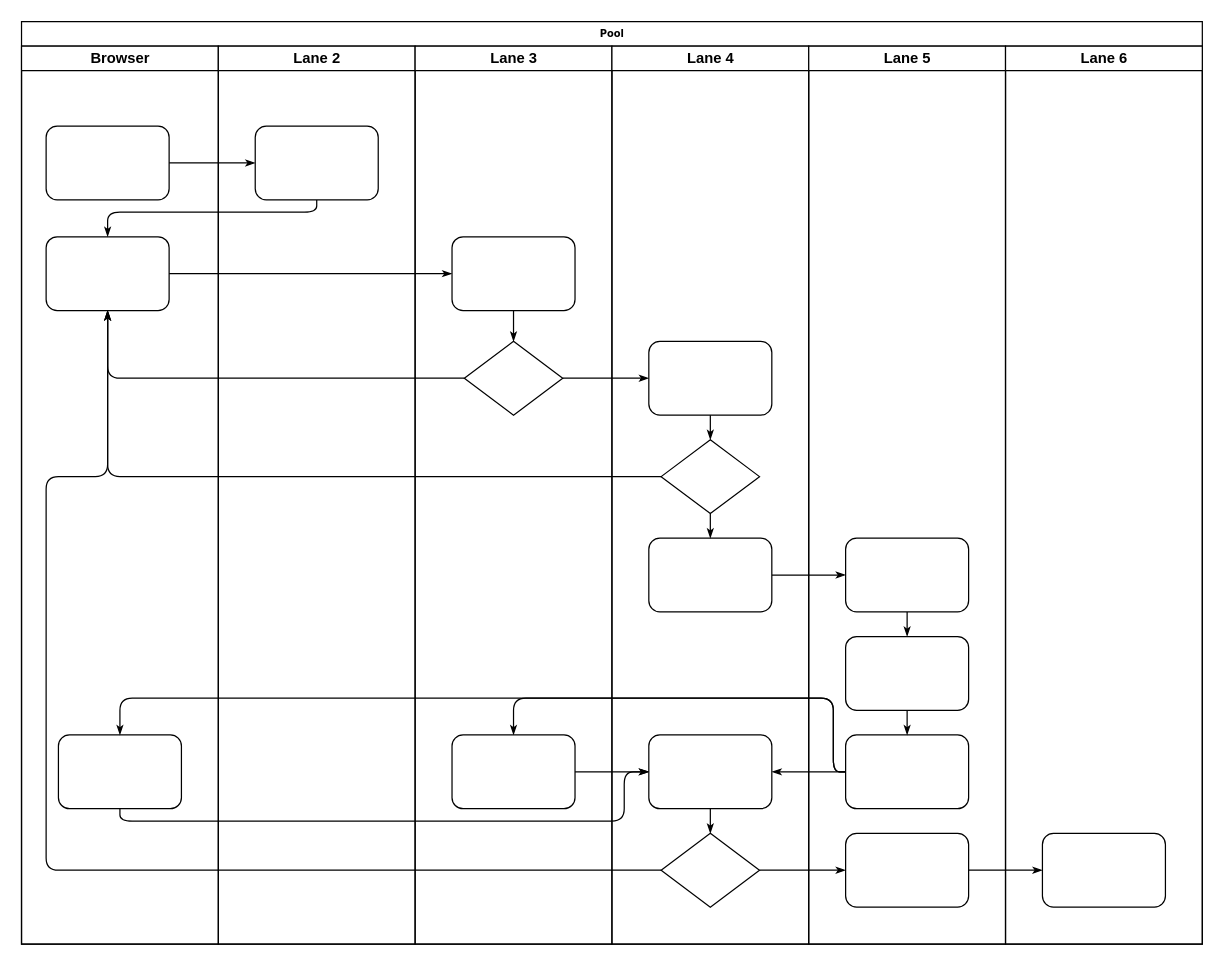
This is src/Untitled Diagram.drawio from gerardnico/viz, a draw.io file, before an edit. Source tidied: cells renumbered, new cells numbered last; positions are measured from the earlier drawing's top-left corner, leaving out a move shared by most shapes. Both pictures are drawn from the tidied source at 123%, with x=0, y=0 at pixel (21, 21).
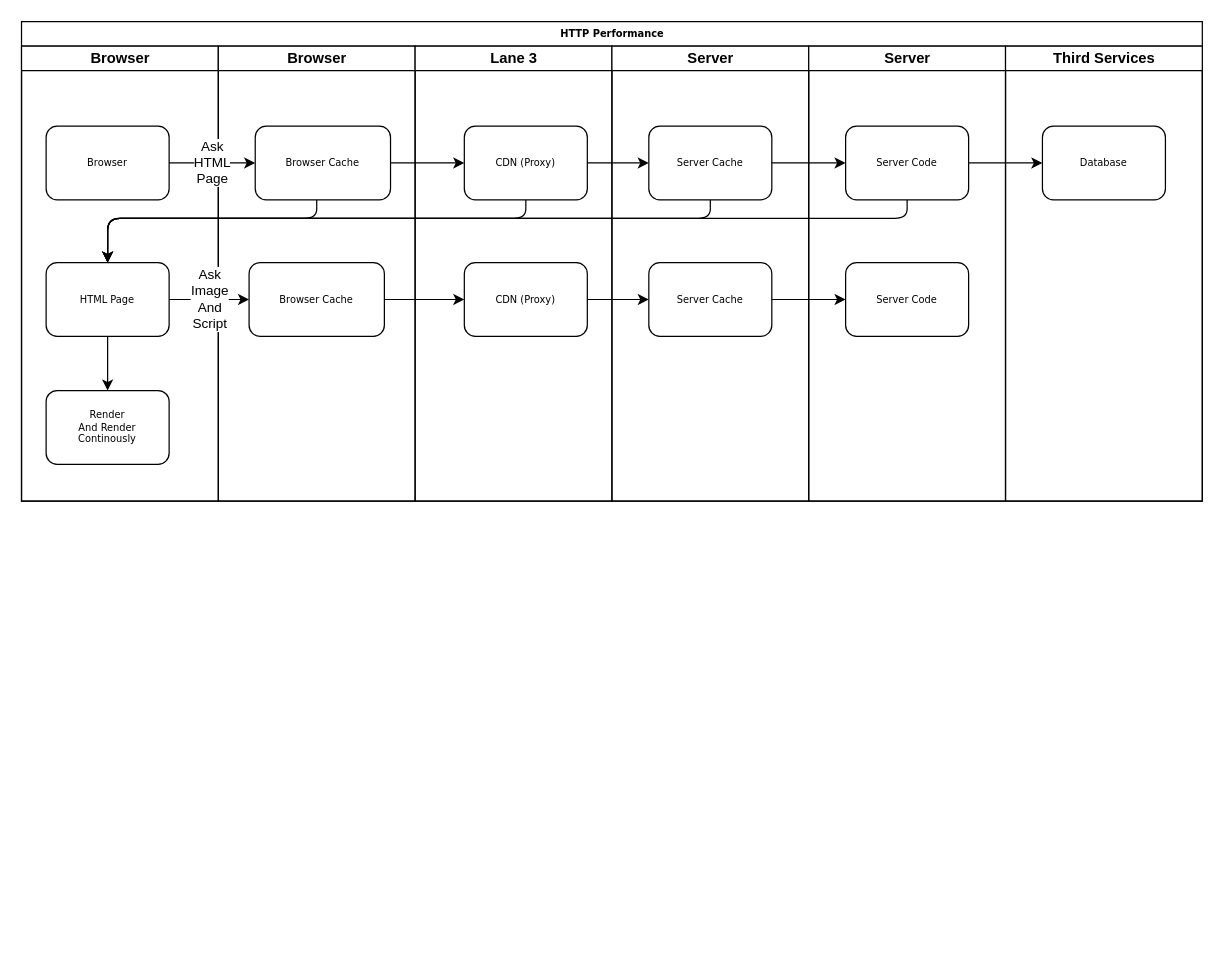
The same diagram, later.

Change to the diagram source:
```diff
@@
-    <mxCell id="2" value="Pool" style="swimlane;html=1;startSize=20;rounded=0;shadow=0;labelBackgroundColor=none;strokeWidth=1;fontFamily=Verdana;fontSize=8;align=center;" parent="1" vertex="1">
-      <mxGeometry width="960" height="750" as="geometry" />
+    <mxCell id="2" value="HTTP Performance" style="swimlane;html=1;startSize=20;rounded=0;shadow=0;labelBackgroundColor=none;strokeWidth=1;fontFamily=Verdana;fontSize=8;align=center;" parent="1" vertex="1">
+      <mxGeometry width="960" height="390" as="geometry" />
     </mxCell>
     <mxCell id="3" value="Browser" style="swimlane;html=1;startSize=20;" parent="2" vertex="1">
-      <mxGeometry y="20" width="160" height="730" as="geometry" />
+      <mxGeometry y="20" width="160" height="370" as="geometry" />
     </mxCell>
-    <mxCell id="4" style="rounded=1;whiteSpace=wrap;html=1;shadow=0;labelBackgroundColor=none;strokeWidth=1;fontFamily=Verdana;fontSize=8;align=center;" parent="3" vertex="1">
+    <mxCell id="4" value="Browser" style="rounded=1;whiteSpace=wrap;html=1;shadow=0;labelBackgroundColor=none;strokeWidth=1;fontFamily=Verdana;fontSize=8;align=center;" parent="3" vertex="1">
       <mxGeometry x="20" y="65" width="100" height="60" as="geometry" />
     </mxCell>
+    <mxCell id="47" style="edgeStyle=orthogonalEdgeStyle;rounded=0;jettySize=auto;html=1;exitX=0.5;exitY=1;exitDx=0;exitDy=0;entryX=0.5;entryY=0;entryDx=0;entryDy=0;" parent="3" edge="1" source="5" target="48">
+      <mxGeometry relative="1" as="geometry" />
+    </mxCell>
-    <mxCell id="5" style="rounded=1;whiteSpace=wrap;html=1;shadow=0;labelBackgroundColor=none;strokeWidth=1;fontFamily=Verdana;fontSize=8;align=center;" parent="3" vertex="1">
-      <mxGeometry x="20" y="155" width="100" height="60" as="geometry" />
+    <mxCell id="5" value="HTML Page" style="rounded=1;whiteSpace=wrap;html=1;shadow=0;labelBackgroundColor=none;strokeWidth=1;fontFamily=Verdana;fontSize=8;align=center;" parent="3" vertex="1">
+      <mxGeometry x="20" y="176" width="100" height="60" as="geometry" />
     </mxCell>
-    <mxCell id="6" style="rounded=1;whiteSpace=wrap;html=1;shadow=0;labelBackgroundColor=none;strokeWidth=1;fontFamily=Verdana;fontSize=8;align=center;" parent="3" vertex="1">
-      <mxGeometry x="30" y="560" width="100" height="60" as="geometry" />
-    </mxCell>
-    <mxCell id="7" style="edgeStyle=orthogonalEdgeStyle;rounded=1;html=1;labelBackgroundColor=none;startArrow=none;startFill=0;startSize=5;endArrow=classicThin;endFill=1;endSize=5;jettySize=auto;strokeWidth=1;fontFamily=Verdana;fontSize=8;" parent="2" edge="1" source="4" target="23">
-      <mxGeometry relative="1" as="geometry" />
-    </mxCell>
+    <mxCell id="48" value="Render&lt;br&gt;And Render&lt;br&gt;Continously" style="rounded=1;whiteSpace=wrap;html=1;shadow=0;labelBackgroundColor=none;strokeWidth=1;fontFamily=Verdana;fontSize=8;align=center;" parent="3" vertex="1">
+      <mxGeometry x="20" y="280" width="100" height="60" as="geometry" />
+    </mxCell>
     <mxCell id="8" style="edgeStyle=orthogonalEdgeStyle;rounded=1;html=1;labelBackgroundColor=none;startArrow=none;startFill=0;startSize=5;endArrow=classicThin;endFill=1;endSize=5;jettySize=auto;strokeWidth=1;fontFamily=Verdana;fontSize=8;" parent="2" edge="1" source="23" target="5">
       <mxGeometry relative="1" as="geometry">
         <Array as="points">
-          <mxPoint x="240" y="155" />
-          <mxPoint x="70" y="155" />
+          <mxPoint x="240" y="160" />
+          <mxPoint x="70" y="160" />
         </Array>
       </mxGeometry>
     </mxCell>
-    <mxCell id="9" style="edgeStyle=orthogonalEdgeStyle;rounded=1;html=1;labelBackgroundColor=none;startArrow=none;startFill=0;startSize=5;endArrow=classicThin;endFill=1;endSize=5;jettySize=auto;strokeWidth=1;fontFamily=Verdana;fontSize=8;" parent="2" edge="1" source="5" target="25">
-      <mxGeometry relative="1" as="geometry" />
-    </mxCell>
-    <mxCell id="10" style="edgeStyle=orthogonalEdgeStyle;rounded=1;html=1;labelBackgroundColor=none;startArrow=none;startFill=0;startSize=5;endArrow=classicThin;endFill=1;endSize=5;jettySize=auto;strokeWidth=1;fontFamily=Verdana;fontSize=8;" parent="2" edge="1" source="26" target="5">
-      <mxGeometry relative="1" as="geometry" />
-    </mxCell>
-    <mxCell id="11" style="edgeStyle=orthogonalEdgeStyle;rounded=1;html=1;labelBackgroundColor=none;startArrow=none;startFill=0;startSize=5;endArrow=classicThin;endFill=1;endSize=5;jettySize=auto;strokeWidth=1;fontFamily=Verdana;fontSize=8;" parent="2" edge="1" source="31" target="5">
-      <mxGeometry relative="1" as="geometry" />
-    </mxCell>
-    <mxCell id="12" style="edgeStyle=orthogonalEdgeStyle;rounded=1;html=1;labelBackgroundColor=none;startArrow=none;startFill=0;startSize=5;endArrow=classicThin;endFill=1;endSize=5;jettySize=auto;strokeWidth=1;fontFamily=Verdana;fontSize=8;" parent="2" edge="1" source="34" target="5">
-      <mxGeometry relative="1" as="geometry">
-        <Array as="points">
-          <mxPoint x="20" y="690" />
-          <mxPoint x="20" y="370" />
-          <mxPoint x="70" y="370" />
-        </Array>
-      </mxGeometry>
-    </mxCell>
-    <mxCell id="13" style="edgeStyle=orthogonalEdgeStyle;rounded=1;html=1;labelBackgroundColor=none;startArrow=none;startFill=0;startSize=5;endArrow=classicThin;endFill=1;endSize=5;jettySize=auto;strokeWidth=1;fontFamily=Verdana;fontSize=8;" parent="2" edge="1" source="26" target="30">
-      <mxGeometry relative="1" as="geometry" />
-    </mxCell>
-    <mxCell id="14" style="edgeStyle=orthogonalEdgeStyle;rounded=1;html=1;labelBackgroundColor=none;startArrow=none;startFill=0;startSize=5;endArrow=classicThin;endFill=1;endSize=5;jettySize=auto;strokeWidth=1;fontFamily=Verdana;fontSize=8;" parent="2" edge="1" source="34" target="42">
-      <mxGeometry relative="1" as="geometry" />
-    </mxCell>
-    <mxCell id="15" style="edgeStyle=orthogonalEdgeStyle;rounded=1;html=1;labelBackgroundColor=none;startArrow=none;startFill=0;startSize=5;endArrow=classicThin;endFill=1;endSize=5;jettySize=auto;strokeWidth=1;fontFamily=Verdana;fontSize=8;" parent="2" edge="1" source="42" target="46">
-      <mxGeometry relative="1" as="geometry" />
-    </mxCell>
-    <mxCell id="16" style="edgeStyle=orthogonalEdgeStyle;rounded=1;html=1;labelBackgroundColor=none;startArrow=none;startFill=0;startSize=5;endArrow=classicThin;endFill=1;endSize=5;jettySize=auto;strokeWidth=1;fontFamily=Verdana;fontSize=8;" parent="2" edge="1" source="32" target="39">
-      <mxGeometry relative="1" as="geometry" />
-    </mxCell>
-    <mxCell id="17" style="edgeStyle=orthogonalEdgeStyle;rounded=1;html=1;labelBackgroundColor=none;startArrow=none;startFill=0;startSize=5;endArrow=classicThin;endFill=1;endSize=5;jettySize=auto;strokeWidth=1;fontFamily=Verdana;fontSize=8;" parent="2" edge="1" source="41" target="27">
-      <mxGeometry relative="1" as="geometry">
-        <Array as="points">
-          <mxPoint x="660" y="610" />
-          <mxPoint x="660" y="550" />
-          <mxPoint x="400" y="550" />
-        </Array>
-      </mxGeometry>
-    </mxCell>
-    <mxCell id="18" style="edgeStyle=orthogonalEdgeStyle;rounded=1;html=1;labelBackgroundColor=none;startArrow=none;startFill=0;startSize=5;endArrow=classicThin;endFill=1;endSize=5;jettySize=auto;strokeColor=#000000;strokeWidth=1;fontFamily=Verdana;fontSize=8;fontColor=#000000;" parent="2" edge="1" source="41" target="33">
-      <mxGeometry relative="1" as="geometry" />
-    </mxCell>
-    <mxCell id="19" style="edgeStyle=orthogonalEdgeStyle;rounded=1;html=1;labelBackgroundColor=none;startArrow=none;startFill=0;startSize=5;endArrow=classicThin;endFill=1;endSize=5;jettySize=auto;strokeWidth=1;fontFamily=Verdana;fontSize=8;" parent="2" edge="1" source="41" target="6">
-      <mxGeometry relative="1" as="geometry">
-        <Array as="points">
-          <mxPoint x="660" y="610" />
-          <mxPoint x="660" y="550" />
-          <mxPoint x="80" y="550" />
-        </Array>
-      </mxGeometry>
-    </mxCell>
-    <mxCell id="20" style="edgeStyle=orthogonalEdgeStyle;rounded=1;html=1;labelBackgroundColor=none;startArrow=none;startFill=0;startSize=5;endArrow=classicThin;endFill=1;endSize=5;jettySize=auto;strokeWidth=1;fontFamily=Verdana;fontSize=8;" parent="2" edge="1" source="6" target="33">
-      <mxGeometry relative="1" as="geometry">
-        <Array as="points">
-          <mxPoint x="80" y="650" />
-          <mxPoint x="490" y="650" />
-          <mxPoint x="490" y="610" />
-        </Array>
-      </mxGeometry>
-    </mxCell>
-    <mxCell id="21" style="edgeStyle=orthogonalEdgeStyle;rounded=1;html=1;labelBackgroundColor=none;startArrow=none;startFill=0;startSize=5;endArrow=classicThin;endFill=1;endSize=5;jettySize=auto;strokeWidth=1;fontFamily=Verdana;fontSize=8;" parent="2" edge="1" source="27" target="33">
-      <mxGeometry relative="1" as="geometry" />
-    </mxCell>
-    <mxCell id="22" value="Lane 2" style="swimlane;html=1;startSize=20;" parent="2" vertex="1">
-      <mxGeometry x="160" y="20" width="160" height="730" as="geometry" />
+    <mxCell id="22" value="Browser" style="swimlane;html=1;startSize=20;" parent="2" vertex="1">
+      <mxGeometry x="160" y="20" width="160" height="370" as="geometry" />
     </mxCell>
-    <mxCell id="23" style="rounded=1;whiteSpace=wrap;html=1;shadow=0;labelBackgroundColor=none;strokeWidth=1;fontFamily=Verdana;fontSize=8;align=center;" parent="22" vertex="1">
-      <mxGeometry x="30" y="65" width="100" height="60" as="geometry" />
+    <mxCell id="23" value="Browser Cache" style="rounded=1;whiteSpace=wrap;html=1;shadow=0;labelBackgroundColor=none;strokeWidth=1;fontFamily=Verdana;fontSize=8;align=center;" parent="22" vertex="1">
+      <mxGeometry x="30" y="65" width="110" height="60" as="geometry" />
     </mxCell>
+    <mxCell id="49" value="Browser Cache" style="rounded=1;whiteSpace=wrap;html=1;shadow=0;labelBackgroundColor=none;strokeWidth=1;fontFamily=Verdana;fontSize=8;align=center;" parent="22" vertex="1">
+      <mxGeometry x="25" y="176" width="110" height="60" as="geometry" />
+    </mxCell>
     <mxCell id="24" value="Lane 3" style="swimlane;html=1;startSize=20;" parent="2" vertex="1">
-      <mxGeometry x="320" y="20" width="160" height="730" as="geometry" />
+      <mxGeometry x="320" y="20" width="160" height="370" as="geometry" />
     </mxCell>
-    <mxCell id="25" style="rounded=1;whiteSpace=wrap;html=1;shadow=0;labelBackgroundColor=none;strokeWidth=1;fontFamily=Verdana;fontSize=8;align=center;" parent="24" vertex="1">
-      <mxGeometry x="30" y="155" width="100" height="60" as="geometry" />
-    </mxCell>
-    <mxCell id="26" style="rhombus;whiteSpace=wrap;html=1;rounded=0;shadow=0;labelBackgroundColor=none;strokeWidth=1;fontFamily=Verdana;fontSize=8;align=center;" parent="24" vertex="1">
-      <mxGeometry x="40" y="240" width="80" height="60" as="geometry" />
-    </mxCell>
-    <mxCell id="27" style="rounded=1;whiteSpace=wrap;html=1;shadow=0;labelBackgroundColor=none;strokeWidth=1;fontFamily=Verdana;fontSize=8;align=center;" parent="24" vertex="1">
-      <mxGeometry x="30" y="560" width="100" height="60" as="geometry" />
-    </mxCell>
-    <mxCell id="28" style="edgeStyle=orthogonalEdgeStyle;rounded=1;html=1;labelBackgroundColor=none;startArrow=none;startFill=0;startSize=5;endArrow=classicThin;endFill=1;endSize=5;jettySize=auto;strokeWidth=1;fontFamily=Verdana;fontSize=8;" parent="24" edge="1" source="25" target="26">
-      <mxGeometry relative="1" as="geometry" />
-    </mxCell>
+    <mxCell id="50" value="CDN (Proxy)" style="rounded=1;whiteSpace=wrap;html=1;shadow=0;labelBackgroundColor=none;strokeWidth=1;fontFamily=Verdana;fontSize=8;align=center;" parent="24" vertex="1">
+      <mxGeometry x="40" y="65" width="100" height="60" as="geometry" />
+    </mxCell>
+    <mxCell id="51" value="CDN (Proxy)" style="rounded=1;whiteSpace=wrap;html=1;shadow=0;labelBackgroundColor=none;strokeWidth=1;fontFamily=Verdana;fontSize=8;align=center;" parent="24" vertex="1">
+      <mxGeometry x="40" y="176" width="100" height="60" as="geometry" />
+    </mxCell>
-    <mxCell id="29" value="Lane 4" style="swimlane;html=1;startSize=20;" parent="2" vertex="1">
-      <mxGeometry x="480" y="20" width="160" height="730" as="geometry" />
+    <mxCell id="29" value="Server" style="swimlane;html=1;startSize=20;" parent="2" vertex="1">
+      <mxGeometry x="480" y="20" width="160" height="370" as="geometry" />
     </mxCell>
-    <mxCell id="30" style="rounded=1;whiteSpace=wrap;html=1;shadow=0;labelBackgroundColor=none;strokeWidth=1;fontFamily=Verdana;fontSize=8;align=center;" parent="29" vertex="1">
-      <mxGeometry x="30" y="240" width="100" height="60" as="geometry" />
-    </mxCell>
-    <mxCell id="31" style="rhombus;whiteSpace=wrap;html=1;rounded=0;shadow=0;labelBackgroundColor=none;strokeWidth=1;fontFamily=Verdana;fontSize=8;align=center;" parent="29" vertex="1">
-      <mxGeometry x="40" y="320" width="80" height="60" as="geometry" />
-    </mxCell>
-    <mxCell id="32" style="rounded=1;whiteSpace=wrap;html=1;shadow=0;labelBackgroundColor=none;strokeWidth=1;fontFamily=Verdana;fontSize=8;align=center;" parent="29" vertex="1">
-      <mxGeometry x="30" y="400" width="100" height="60" as="geometry" />
-    </mxCell>
-    <mxCell id="33" style="rounded=1;whiteSpace=wrap;html=1;shadow=0;labelBackgroundColor=none;strokeWidth=1;fontFamily=Verdana;fontSize=8;align=center;" parent="29" vertex="1">
-      <mxGeometry x="30" y="560" width="100" height="60" as="geometry" />
-    </mxCell>
-    <mxCell id="34" style="rhombus;whiteSpace=wrap;html=1;rounded=0;shadow=0;labelBackgroundColor=none;strokeWidth=1;fontFamily=Verdana;fontSize=8;align=center;" parent="29" vertex="1">
-      <mxGeometry x="40" y="640" width="80" height="60" as="geometry" />
-    </mxCell>
-    <mxCell id="35" style="edgeStyle=orthogonalEdgeStyle;rounded=1;html=1;labelBackgroundColor=none;startArrow=none;startFill=0;startSize=5;endArrow=classicThin;endFill=1;endSize=5;jettySize=auto;strokeColor=#000000;strokeWidth=1;fontFamily=Verdana;fontSize=8;fontColor=#000000;" parent="29" edge="1" source="30" target="31">
-      <mxGeometry relative="1" as="geometry" />
-    </mxCell>
-    <mxCell id="36" style="edgeStyle=orthogonalEdgeStyle;rounded=1;html=1;labelBackgroundColor=none;startArrow=none;startFill=0;startSize=5;endArrow=classicThin;endFill=1;endSize=5;jettySize=auto;strokeWidth=1;fontFamily=Verdana;fontSize=8;" parent="29" edge="1" source="31" target="32">
-      <mxGeometry relative="1" as="geometry" />
-    </mxCell>
-    <mxCell id="37" style="edgeStyle=orthogonalEdgeStyle;rounded=1;html=1;labelBackgroundColor=none;startArrow=none;startFill=0;startSize=5;endArrow=classicThin;endFill=1;endSize=5;jettySize=auto;strokeWidth=1;fontFamily=Verdana;fontSize=8;" parent="29" edge="1" source="33" target="34">
-      <mxGeometry relative="1" as="geometry" />
-    </mxCell>
+    <mxCell id="52" value="Server Cache" style="rounded=1;whiteSpace=wrap;html=1;shadow=0;labelBackgroundColor=none;strokeWidth=1;fontFamily=Verdana;fontSize=8;align=center;" parent="29" vertex="1">
+      <mxGeometry x="30" y="65" width="100" height="60" as="geometry" />
+    </mxCell>
+    <mxCell id="53" value="Server Cache" style="rounded=1;whiteSpace=wrap;html=1;shadow=0;labelBackgroundColor=none;strokeWidth=1;fontFamily=Verdana;fontSize=8;align=center;" parent="29" vertex="1">
+      <mxGeometry x="30" y="176" width="100" height="60" as="geometry" />
+    </mxCell>
-    <mxCell id="38" value="Lane 5" style="swimlane;html=1;startSize=20;" parent="2" vertex="1">
-      <mxGeometry x="640" y="20" width="160" height="730" as="geometry" />
+    <mxCell id="38" value="Server" style="swimlane;html=1;startSize=20;" parent="2" vertex="1">
+      <mxGeometry x="640" y="20" width="160" height="370" as="geometry" />
     </mxCell>
-    <mxCell id="39" style="rounded=1;whiteSpace=wrap;html=1;shadow=0;labelBackgroundColor=none;strokeWidth=1;fontFamily=Verdana;fontSize=8;align=center;" parent="38" vertex="1">
-      <mxGeometry x="30" y="400" width="100" height="60" as="geometry" />
-    </mxCell>
-    <mxCell id="40" style="rounded=1;whiteSpace=wrap;html=1;shadow=0;labelBackgroundColor=none;strokeWidth=1;fontFamily=Verdana;fontSize=8;align=center;" parent="38" vertex="1">
-      <mxGeometry x="30" y="480" width="100" height="60" as="geometry" />
-    </mxCell>
-    <mxCell id="41" style="rounded=1;whiteSpace=wrap;html=1;shadow=0;labelBackgroundColor=none;strokeWidth=1;fontFamily=Verdana;fontSize=8;align=center;" parent="38" vertex="1">
-      <mxGeometry x="30" y="560" width="100" height="60" as="geometry" />
-    </mxCell>
-    <mxCell id="42" style="rounded=1;whiteSpace=wrap;html=1;shadow=0;labelBackgroundColor=none;strokeWidth=1;fontFamily=Verdana;fontSize=8;align=center;" parent="38" vertex="1">
-      <mxGeometry x="30" y="640" width="100" height="60" as="geometry" />
-    </mxCell>
-    <mxCell id="43" style="edgeStyle=orthogonalEdgeStyle;rounded=1;html=1;labelBackgroundColor=none;startArrow=none;startFill=0;startSize=5;endArrow=classicThin;endFill=1;endSize=5;jettySize=auto;strokeWidth=1;fontFamily=Verdana;fontSize=8;" parent="38" edge="1" source="39" target="40">
-      <mxGeometry relative="1" as="geometry" />
-    </mxCell>
-    <mxCell id="44" style="edgeStyle=orthogonalEdgeStyle;rounded=1;html=1;labelBackgroundColor=none;startArrow=none;startFill=0;startSize=5;endArrow=classicThin;endFill=1;endSize=5;jettySize=auto;strokeWidth=1;fontFamily=Verdana;fontSize=8;" parent="38" edge="1" source="40" target="41">
-      <mxGeometry relative="1" as="geometry" />
-    </mxCell>
+    <mxCell id="54" value="Server Code" style="rounded=1;whiteSpace=wrap;html=1;shadow=0;labelBackgroundColor=none;strokeWidth=1;fontFamily=Verdana;fontSize=8;align=center;" parent="38" vertex="1">
+      <mxGeometry x="30" y="65" width="100" height="60" as="geometry" />
+    </mxCell>
+    <mxCell id="55" value="Server Code" style="rounded=1;whiteSpace=wrap;html=1;shadow=0;labelBackgroundColor=none;strokeWidth=1;fontFamily=Verdana;fontSize=8;align=center;" parent="38" vertex="1">
+      <mxGeometry x="30" y="176" width="100" height="60" as="geometry" />
+    </mxCell>
-    <mxCell id="45" value="Lane 6" style="swimlane;html=1;startSize=20;" parent="2" vertex="1">
-      <mxGeometry x="800" y="20" width="160" height="730" as="geometry" />
+    <mxCell id="45" value="Third Services" style="swimlane;html=1;startSize=20;" parent="2" vertex="1">
+      <mxGeometry x="800" y="20" width="160" height="370" as="geometry" />
     </mxCell>
-    <mxCell id="46" style="rounded=1;whiteSpace=wrap;html=1;shadow=0;labelBackgroundColor=none;strokeWidth=1;fontFamily=Verdana;fontSize=8;align=center;" parent="45" vertex="1">
-      <mxGeometry x="30" y="640" width="100" height="60" as="geometry" />
-    </mxCell>
+    <mxCell id="56" value="Database" style="rounded=1;whiteSpace=wrap;html=1;shadow=0;labelBackgroundColor=none;strokeWidth=1;fontFamily=Verdana;fontSize=8;align=center;" parent="45" vertex="1">
+      <mxGeometry x="30" y="65" width="100" height="60" as="geometry" />
+    </mxCell>
+    <mxCell id="57" style="edgeStyle=orthogonalEdgeStyle;rounded=0;jettySize=auto;html=1;exitX=1;exitY=0.5;exitDx=0;exitDy=0;entryX=0;entryY=0.5;entryDx=0;entryDy=0;" parent="2" edge="1" source="23" target="50">
+      <mxGeometry relative="1" as="geometry" />
+    </mxCell>
+    <mxCell id="58" style="rounded=1;jettySize=auto;html=1;exitX=0.5;exitY=1;exitDx=0;exitDy=0;entryX=0.5;entryY=0;entryDx=0;entryDy=0;edgeStyle=orthogonalEdgeStyle;" parent="2" edge="1" source="50" target="5">
+      <mxGeometry relative="1" as="geometry">
+        <Array as="points">
+          <mxPoint x="410" y="160" />
+          <mxPoint x="70" y="160" />
+        </Array>
+      </mxGeometry>
+    </mxCell>
+    <mxCell id="59" style="edgeStyle=orthogonalEdgeStyle;rounded=0;jettySize=auto;html=1;exitX=1;exitY=0.5;exitDx=0;exitDy=0;entryX=0;entryY=0.5;entryDx=0;entryDy=0;" parent="2" edge="1" source="50" target="52">
+      <mxGeometry relative="1" as="geometry" />
+    </mxCell>
+    <mxCell id="60" style="edgeStyle=orthogonalEdgeStyle;rounded=0;jettySize=auto;html=1;exitX=1;exitY=0.5;exitDx=0;exitDy=0;entryX=0;entryY=0.5;entryDx=0;entryDy=0;" parent="2" edge="1" source="52" target="54">
+      <mxGeometry relative="1" as="geometry" />
+    </mxCell>
+    <mxCell id="61" style="edgeStyle=orthogonalEdgeStyle;rounded=0;jettySize=auto;html=1;exitX=1;exitY=0.5;exitDx=0;exitDy=0;entryX=0;entryY=0.5;entryDx=0;entryDy=0;" parent="2" edge="1" source="54" target="56">
+      <mxGeometry relative="1" as="geometry" />
+    </mxCell>
+    <mxCell id="62" style="edgeStyle=orthogonalEdgeStyle;rounded=1;jettySize=auto;html=1;exitX=0.5;exitY=1;exitDx=0;exitDy=0;curved=0;" parent="2" edge="1" source="54" target="5">
+      <mxGeometry relative="1" as="geometry">
+        <Array as="points">
+          <mxPoint x="720" y="160" />
+          <mxPoint x="70" y="160" />
+        </Array>
+      </mxGeometry>
+    </mxCell>
+    <mxCell id="63" style="edgeStyle=orthogonalEdgeStyle;rounded=1;jettySize=auto;html=1;exitX=0.5;exitY=1;exitDx=0;exitDy=0;curved=0;" parent="2" edge="1" source="52" target="5">
+      <mxGeometry relative="1" as="geometry">
+        <Array as="points">
+          <mxPoint x="560" y="160" />
+          <mxPoint x="70" y="160" />
+        </Array>
+      </mxGeometry>
+    </mxCell>
+    <mxCell id="64" value="Ask&lt;br&gt;Image&lt;br&gt;And&lt;br&gt;Script" style="edgeStyle=orthogonalEdgeStyle;rounded=0;jettySize=auto;html=1;exitX=1;exitY=0.5;exitDx=0;exitDy=0;entryX=0;entryY=0.5;entryDx=0;entryDy=0;" parent="2" edge="1" source="5" target="49">
+      <mxGeometry relative="1" as="geometry" />
+    </mxCell>
+    <mxCell id="65" style="edgeStyle=orthogonalEdgeStyle;rounded=0;jettySize=auto;html=1;exitX=1;exitY=0.5;exitDx=0;exitDy=0;entryX=0;entryY=0.5;entryDx=0;entryDy=0;" parent="2" edge="1" source="49" target="51">
+      <mxGeometry relative="1" as="geometry" />
+    </mxCell>
+    <mxCell id="66" style="edgeStyle=orthogonalEdgeStyle;rounded=0;jettySize=auto;html=1;exitX=1;exitY=0.5;exitDx=0;exitDy=0;entryX=0;entryY=0.5;entryDx=0;entryDy=0;" parent="2" edge="1" source="51" target="53">
+      <mxGeometry relative="1" as="geometry" />
+    </mxCell>
+    <mxCell id="67" style="edgeStyle=orthogonalEdgeStyle;rounded=0;jettySize=auto;html=1;exitX=1;exitY=0.5;exitDx=0;exitDy=0;entryX=0;entryY=0.5;entryDx=0;entryDy=0;" parent="2" edge="1" source="53" target="55">
+      <mxGeometry relative="1" as="geometry" />
+    </mxCell>
+    <mxCell id="7" value="Ask &lt;br&gt;HTML &lt;br&gt;Page" style="edgeStyle=orthogonalEdgeStyle;rounded=0;jettySize=auto;html=1;exitX=1;exitY=0.5;exitDx=0;exitDy=0;entryX=0;entryY=0.5;entryDx=0;entryDy=0;" parent="2" edge="1" source="4" target="23">
+      <mxGeometry relative="1" as="geometry" />
+    </mxCell>
```
